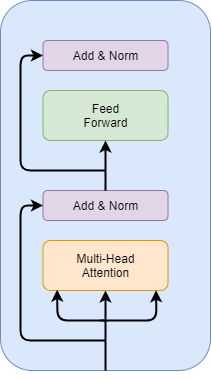
This is transformer Encoder.png from AddsionPaPa/NLP, a draw.io export, as it was before one commit. Source tidied: cells renumbered, new cells last; positions are measured from the earlier drawing's top-left corner, leaving out a move shared by most shapes. Source of this version:
```xml
<mxGraphModel>
  <root>
    <mxCell id="0" />
    <mxCell id="1" parent="0" />
    <mxCell id="2" style="rounded=1;whiteSpace=wrap;html=1;fillColor=#dae8fc;strokeColor=#6c8ebf;" parent="1" vertex="1">
      <mxGeometry width="210" height="370" as="geometry" />
    </mxCell>
    <mxCell id="3" value="Multi-Head&lt;br&gt;Attention" style="rounded=1;whiteSpace=wrap;html=1;fillColor=#ffe6cc;strokeColor=#d79b00;" parent="1" vertex="1">
      <mxGeometry x="42.5" y="240" width="125" height="50" as="geometry" />
    </mxCell>
    <mxCell id="4" value="Add &amp;amp; Norm" style="rounded=1;whiteSpace=wrap;html=1;fillColor=#e1d5e7;strokeColor=#9673a6;" parent="1" vertex="1">
      <mxGeometry x="42.5" y="190" width="125" height="30" as="geometry" />
    </mxCell>
    <mxCell id="5" value="Feed&lt;br&gt;Forward" style="rounded=1;whiteSpace=wrap;html=1;fillColor=#d5e8d4;strokeColor=#82b366;" parent="1" vertex="1">
      <mxGeometry x="42.5" y="90" width="125" height="50" as="geometry" />
    </mxCell>
    <mxCell id="6" value="Add &amp;amp; Norm" style="rounded=1;whiteSpace=wrap;html=1;fillColor=#e1d5e7;strokeColor=#9673a6;" parent="1" vertex="1">
      <mxGeometry x="42.5" y="40" width="125" height="30" as="geometry" />
    </mxCell>
    <mxCell id="7" style="endArrow=classic;html=1;entryX=0.5;entryY=1;entryDx=0;entryDy=0;exitX=0.5;exitY=1;exitDx=0;exitDy=0;rounded=1;strokeWidth=2;" parent="1" edge="1" source="2" target="3">
      <mxGeometry relative="1" as="geometry" />
    </mxCell>
    <mxCell id="8" style="endArrow=classic;html=1;strokeWidth=2;entryX=0.113;entryY=0.983;entryDx=0;entryDy=0;entryPerimeter=0;" parent="1" edge="1" target="3">
      <mxGeometry relative="1" as="geometry">
        <mxPoint x="105" y="320" as="sourcePoint" />
        <Array as="points">
          <mxPoint x="57" y="320" />
        </Array>
      </mxGeometry>
    </mxCell>
    <mxCell id="9" style="endArrow=classic;html=1;strokeWidth=2;entryX=0.904;entryY=0.995;entryDx=0;entryDy=0;entryPerimeter=0;" parent="1" edge="1" target="3">
      <mxGeometry relative="1" as="geometry">
        <mxPoint x="100" y="320" as="sourcePoint" />
        <Array as="points">
          <mxPoint x="156" y="320" />
        </Array>
      </mxGeometry>
    </mxCell>
    <mxCell id="10" style="endArrow=classic;html=1;strokeWidth=2;entryX=0;entryY=0.5;entryDx=0;entryDy=0;" parent="1" edge="1" target="4">
      <mxGeometry relative="1" as="geometry">
        <mxPoint x="105" y="340" as="sourcePoint" />
        <Array as="points">
          <mxPoint x="20" y="340" />
          <mxPoint x="20" y="205" />
        </Array>
      </mxGeometry>
    </mxCell>
    <mxCell id="11" style="endArrow=classic;html=1;strokeWidth=2;entryX=0.5;entryY=1;entryDx=0;entryDy=0;exitX=0.5;exitY=0;exitDx=0;exitDy=0;" parent="1" edge="1" source="4" target="5">
      <mxGeometry relative="1" as="geometry" />
    </mxCell>
    <mxCell id="12" style="endArrow=classic;html=1;strokeWidth=2;entryX=0;entryY=0.5;entryDx=0;entryDy=0;" parent="1" edge="1" target="6">
      <mxGeometry relative="1" as="geometry">
        <mxPoint x="105" y="170" as="sourcePoint" />
        <Array as="points">
          <mxPoint x="20" y="170" />
          <mxPoint x="20" y="55" />
        </Array>
      </mxGeometry>
    </mxCell>
  </root>
</mxGraphModel>
```
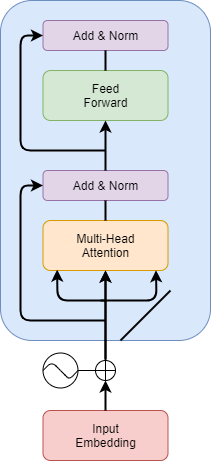
The same diagram one commit later.

Diff of the diagram source:
```diff
@@ -3,7 +3,7 @@
     <mxCell id="0" />
     <mxCell id="1" parent="0" />
     <mxCell id="2" style="rounded=1;whiteSpace=wrap;html=1;fillColor=#dae8fc;strokeColor=#6c8ebf;" parent="1" vertex="1">
-      <mxGeometry width="210" height="370" as="geometry" />
+      <mxGeometry y="20" width="210" height="340" as="geometry" />
     </mxCell>
     <mxCell id="3" value="Multi-Head&lt;br&gt;Attention" style="rounded=1;whiteSpace=wrap;html=1;fillColor=#ffe6cc;strokeColor=#d79b00;" parent="1" vertex="1">
       <mxGeometry x="42.5" y="240" width="125" height="50" as="geometry" />
@@ -57,5 +57,52 @@
         </Array>
       </mxGeometry>
     </mxCell>
+    <mxCell id="13" style="endArrow=none;html=1;strokeWidth=2;entryX=0.5;entryY=1;entryDx=0;entryDy=0;exitX=0.5;exitY=0;exitDx=0;exitDy=0;" parent="1" edge="1" source="5" target="6">
+      <mxGeometry relative="1" as="geometry" />
+    </mxCell>
+    <mxCell id="14" style="endArrow=none;html=1;strokeWidth=2;entryX=0.5;entryY=1;entryDx=0;entryDy=0;" parent="1" edge="1" source="3" target="4">
+      <mxGeometry relative="1" as="geometry" />
+    </mxCell>
+    <mxCell id="15" style="edgeStyle=orthogonalEdgeStyle;rounded=1;jettySize=auto;html=1;strokeWidth=2;" parent="1" edge="1" source="16" target="3">
+      <mxGeometry relative="1" as="geometry" />
+    </mxCell>
+    <mxCell id="16" style="shape=orEllipse;perimeter=ellipsePerimeter;whiteSpace=wrap;html=1;backgroundOutline=1;" parent="1" vertex="1">
+      <mxGeometry x="95" y="380" width="20" height="20" as="geometry" />
+    </mxCell>
+    <mxCell id="17" style="endArrow=none;html=1;strokeWidth=2;entryX=0.5;entryY=1;entryDx=0;entryDy=0;" parent="1" edge="1" target="2">
+      <mxGeometry relative="1" as="geometry">
+        <mxPoint x="105" y="378" as="sourcePoint" />
+      </mxGeometry>
+    </mxCell>
+    <mxCell id="18" value="Input&lt;br&gt;Embedding" style="rounded=1;whiteSpace=wrap;html=1;fillColor=#f8cecc;strokeColor=#b85450;" parent="1" vertex="1">
+      <mxGeometry x="42.5" y="430" width="125" height="50" as="geometry" />
+    </mxCell>
+    <mxCell id="19" style="endArrow=classic;html=1;strokeWidth=2;exitX=0.5;exitY=0;exitDx=0;exitDy=0;entryX=0.5;entryY=1;entryDx=0;entryDy=0;" parent="1" edge="1" source="18" target="16">
+      <mxGeometry relative="1" as="geometry" />
+    </mxCell>
+    <mxCell id="20" style="endArrow=none;html=1;strokeWidth=2;" parent="1" edge="1">
+      <mxGeometry relative="1" as="geometry">
+        <mxPoint x="120" y="360" as="sourcePoint" />
+        <mxPoint x="170" y="310" as="targetPoint" />
+      </mxGeometry>
+    </mxCell>
+    <mxCell id="21" style="group;" parent="1" vertex="1">
+      <mxGeometry x="42.5" y="372.5" width="35" height="35" as="geometry" />
+    </mxCell>
+    <mxCell id="22" style="ellipse;whiteSpace=wrap;html=1;" parent="21" vertex="1">
+      <mxGeometry width="35" height="35" as="geometry" />
+    </mxCell>
+    <mxCell id="23" style="endArrow=none;html=1;strokeWidth=1;entryX=1;entryY=0.5;entryDx=0;entryDy=0;exitX=0;exitY=0.5;exitDx=0;exitDy=0;" parent="21" edge="1" source="22" target="22">
+      <mxGeometry relative="1" as="geometry">
+        <Array as="points">
+          <mxPoint x="8.8" y="8.8" />
+          <mxPoint x="17.5" y="17.5" />
+          <mxPoint x="26.5" y="26.5" />
+        </Array>
+      </mxGeometry>
+    </mxCell>
+    <mxCell id="24" style="endArrow=none;html=1;strokeWidth=1;entryX=0;entryY=0.5;entryDx=0;entryDy=0;exitX=1;exitY=0.5;exitDx=0;exitDy=0;" parent="1" edge="1" source="22" target="16">
+      <mxGeometry relative="1" as="geometry" />
+    </mxCell>
   </root>
 </mxGraphModel>
```
